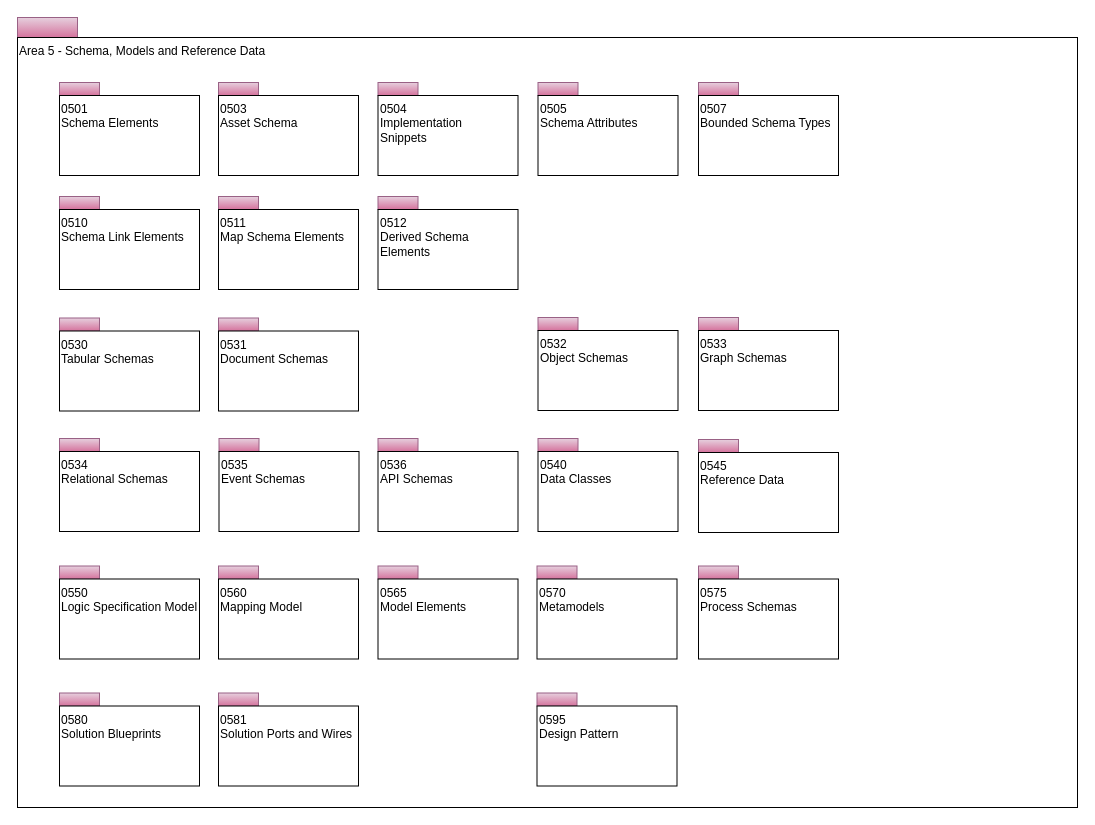
This is page "Overview" (1 of 25) of open-metadata-publication/website/open-metadata-types/area-5-models-and-schema.drawio from planetf1/egeria, a draw.io file, before an edit. Source tidied: cells renumbered, new cells numbered last; positions are measured from the earlier drawing's top-left corner, leaving out a move shared by most shapes. Both pictures are drawn from the tidied source at 100%, with x=0, y=0 at pixel (17, 17).
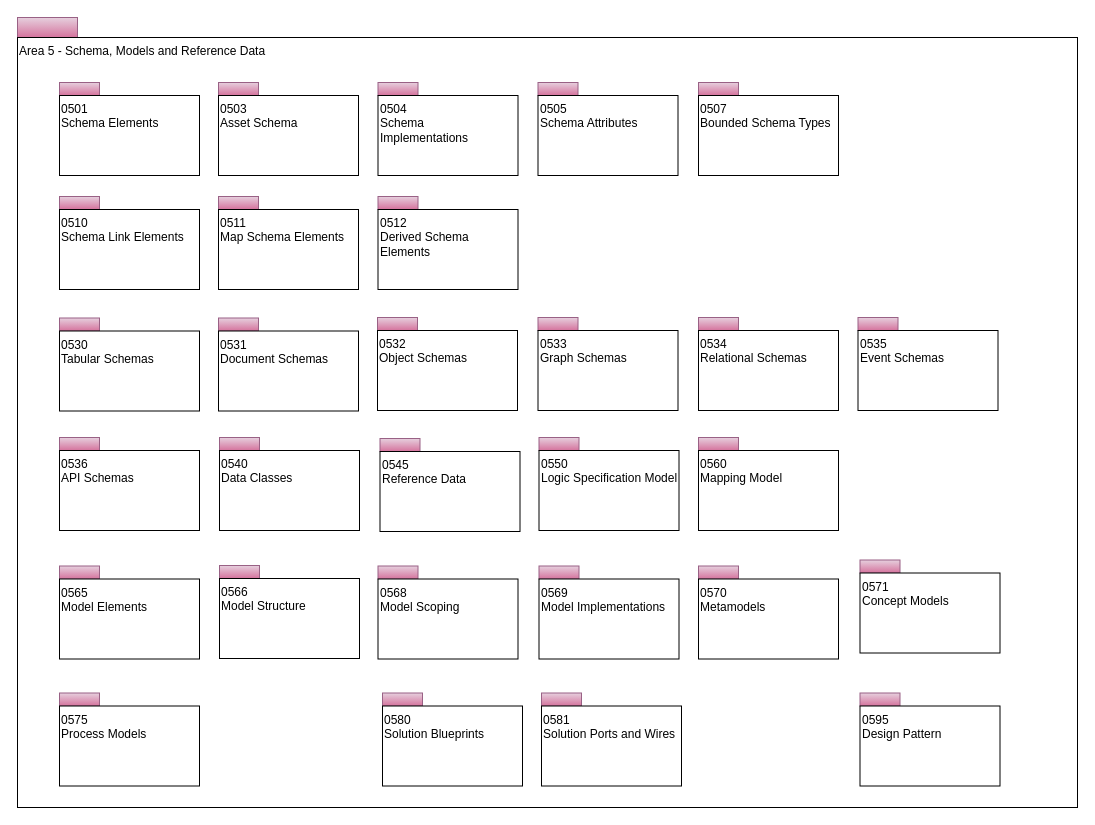
Above is the later version.

What changed in the source:
```diff
@@
-    <mxCell id="9" value="0504&lt;br&gt;Implementation&lt;br&gt;Snippets&lt;br&gt;" style="rounded=0;whiteSpace=wrap;html=1;align=left;verticalAlign=top;" parent="1" vertex="1">
+    <mxCell id="9" value="0504&lt;br&gt;Schema&lt;br&gt;Implementations" style="rounded=0;whiteSpace=wrap;html=1;align=left;verticalAlign=top;" parent="1" vertex="1">
       <mxGeometry x="360.5" y="78" width="140" height="80" as="geometry" />
     </mxCell>
@@
     <mxCell id="18" style="rounded=0;whiteSpace=wrap;html=1;align=left;fillColor=#e6d0de;strokeColor=#996185;gradientColor=#d5739d;" parent="1" vertex="1">
-      <mxGeometry x="42" y="421" width="40" height="13" as="geometry" />
+      <mxGeometry x="681" y="300" width="40" height="13" as="geometry" />
     </mxCell>
     <mxCell id="19" value="0534&lt;br&gt;Relational Schemas&lt;br&gt;" style="rounded=0;whiteSpace=wrap;html=1;align=left;verticalAlign=top;" parent="1" vertex="1">
-      <mxGeometry x="42" y="434" width="140" height="80" as="geometry" />
+      <mxGeometry x="681" y="313" width="140" height="80" as="geometry" />
     </mxCell>
     <mxCell id="20" style="rounded=0;whiteSpace=wrap;html=1;align=left;fillColor=#e6d0de;strokeColor=#996185;gradientColor=#d5739d;" parent="1" vertex="1">
-      <mxGeometry x="201.5" y="421" width="40" height="13" as="geometry" />
+      <mxGeometry x="840.5" y="300" width="40" height="13" as="geometry" />
     </mxCell>
     <mxCell id="21" value="0535&lt;br&gt;Event Schemas&lt;br&gt;" style="rounded=0;whiteSpace=wrap;html=1;align=left;verticalAlign=top;" parent="1" vertex="1">
-      <mxGeometry x="201.5" y="434" width="140" height="80" as="geometry" />
+      <mxGeometry x="840.5" y="313" width="140" height="80" as="geometry" />
     </mxCell>
     <mxCell id="22" style="rounded=0;whiteSpace=wrap;html=1;align=left;fillColor=#e6d0de;strokeColor=#996185;gradientColor=#d5739d;" parent="1" vertex="1">
-      <mxGeometry x="360.5" y="421" width="40" height="13" as="geometry" />
+      <mxGeometry x="42" y="420" width="40" height="13" as="geometry" />
     </mxCell>
     <mxCell id="23" value="0536&lt;br&gt;API Schemas&lt;br&gt;" style="rounded=0;whiteSpace=wrap;html=1;align=left;verticalAlign=top;" parent="1" vertex="1">
-      <mxGeometry x="360.5" y="434" width="140" height="80" as="geometry" />
+      <mxGeometry x="42" y="433" width="140" height="80" as="geometry" />
     </mxCell>
     <mxCell id="24" style="rounded=0;whiteSpace=wrap;html=1;align=left;fillColor=#e6d0de;strokeColor=#996185;gradientColor=#d5739d;" parent="1" vertex="1">
-      <mxGeometry x="520.5" y="421" width="40" height="13" as="geometry" />
+      <mxGeometry x="202" y="420" width="40" height="13" as="geometry" />
     </mxCell>
     <mxCell id="25" value="0540&lt;br&gt;Data Classes&lt;br&gt;" style="rounded=0;whiteSpace=wrap;html=1;align=left;verticalAlign=top;" parent="1" vertex="1">
-      <mxGeometry x="520.5" y="434" width="140" height="80" as="geometry" />
+      <mxGeometry x="202" y="433" width="140" height="80" as="geometry" />
     </mxCell>
     <mxCell id="26" style="rounded=0;whiteSpace=wrap;html=1;align=left;fillColor=#e6d0de;strokeColor=#996185;gradientColor=#d5739d;" parent="1" vertex="1">
-      <mxGeometry x="42" y="548.5" width="40" height="13" as="geometry" />
+      <mxGeometry x="521.5" y="420" width="40" height="13" as="geometry" />
     </mxCell>
     <mxCell id="27" value="0550&lt;br&gt;Logic Specification Model&lt;br&gt;" style="rounded=0;whiteSpace=wrap;html=1;align=left;verticalAlign=top;" parent="1" vertex="1">
-      <mxGeometry x="42" y="561.5" width="140" height="80" as="geometry" />
+      <mxGeometry x="521.5" y="433" width="140" height="80" as="geometry" />
     </mxCell>
     <mxCell id="28" style="rounded=0;whiteSpace=wrap;html=1;align=left;fillColor=#e6d0de;strokeColor=#996185;gradientColor=#d5739d;" parent="1" vertex="1">
-      <mxGeometry x="201" y="548.5" width="40" height="13" as="geometry" />
+      <mxGeometry x="681" y="420" width="40" height="13" as="geometry" />
     </mxCell>
     <mxCell id="29" value="0560&lt;br&gt;Mapping Model&lt;br&gt;" style="rounded=0;whiteSpace=wrap;html=1;align=left;verticalAlign=top;" parent="1" vertex="1">
-      <mxGeometry x="201" y="561.5" width="140" height="80" as="geometry" />
+      <mxGeometry x="681" y="433" width="140" height="80" as="geometry" />
     </mxCell>
     <mxCell id="30" style="rounded=0;whiteSpace=wrap;html=1;align=left;fillColor=#e6d0de;strokeColor=#996185;gradientColor=#d5739d;" parent="1" vertex="1">
-      <mxGeometry x="42" y="675.5" width="40" height="13" as="geometry" />
+      <mxGeometry x="365" y="675.5" width="40" height="13" as="geometry" />
     </mxCell>
     <mxCell id="31" value="0580&lt;br&gt;Solution Blueprints&lt;br&gt;" style="rounded=0;whiteSpace=wrap;html=1;align=left;verticalAlign=top;" parent="1" vertex="1">
-      <mxGeometry x="42" y="688.5" width="140" height="80" as="geometry" />
+      <mxGeometry x="365" y="688.5" width="140" height="80" as="geometry" />
     </mxCell>
     <mxCell id="32" style="rounded=0;whiteSpace=wrap;html=1;align=left;fillColor=#e6d0de;strokeColor=#996185;gradientColor=#d5739d;" parent="1" vertex="1">
-      <mxGeometry x="681" y="422" width="40" height="13" as="geometry" />
+      <mxGeometry x="362.5" y="421" width="40" height="13" as="geometry" />
     </mxCell>
     <mxCell id="33" value="0545&lt;br&gt;Reference Data&lt;br&gt;" style="rounded=0;whiteSpace=wrap;html=1;align=left;verticalAlign=top;" parent="1" vertex="1">
-      <mxGeometry x="681" y="435" width="140" height="80" as="geometry" />
+      <mxGeometry x="362.5" y="434" width="140" height="80" as="geometry" />
     </mxCell>
@@
     <mxCell id="40" style="rounded=0;whiteSpace=wrap;html=1;align=left;fillColor=#e6d0de;strokeColor=#996185;gradientColor=#d5739d;" parent="1" vertex="1">
-      <mxGeometry x="520.5" y="300" width="40" height="13" as="geometry" />
+      <mxGeometry x="360" y="300" width="40" height="13" as="geometry" />
     </mxCell>
     <mxCell id="41" value="0532&lt;br&gt;Object Schemas&lt;br&gt;" style="rounded=0;whiteSpace=wrap;html=1;align=left;verticalAlign=top;" parent="1" vertex="1">
-      <mxGeometry x="520.5" y="313" width="140" height="80" as="geometry" />
+      <mxGeometry x="360" y="313" width="140" height="80" as="geometry" />
     </mxCell>
     <mxCell id="42" style="rounded=0;whiteSpace=wrap;html=1;align=left;fillColor=#e6d0de;strokeColor=#996185;gradientColor=#d5739d;" parent="1" vertex="1">
-      <mxGeometry x="681" y="300" width="40" height="13" as="geometry" />
+      <mxGeometry x="520.5" y="300" width="40" height="13" as="geometry" />
     </mxCell>
     <mxCell id="43" value="0533&lt;br&gt;Graph Schemas&lt;br&gt;" style="rounded=0;whiteSpace=wrap;html=1;align=left;verticalAlign=top;" parent="1" vertex="1">
-      <mxGeometry x="681" y="313" width="140" height="80" as="geometry" />
+      <mxGeometry x="520.5" y="313" width="140" height="80" as="geometry" />
     </mxCell>
@@
-    <mxCell id="45" value="0565&lt;br&gt;Model Elements&lt;br&gt;" style="rounded=0;whiteSpace=wrap;html=1;align=left;verticalAlign=top;" parent="1" vertex="1">
+    <mxCell id="45" value="0568&lt;br&gt;Model Scoping" style="rounded=0;whiteSpace=wrap;html=1;align=left;verticalAlign=top;" parent="1" vertex="1">
       <mxGeometry x="360.5" y="561.5" width="140" height="80" as="geometry" />
     </mxCell>
     <mxCell id="46" style="rounded=0;whiteSpace=wrap;html=1;align=left;fillColor=#e6d0de;strokeColor=#996185;gradientColor=#d5739d;" parent="1" vertex="1">
-      <mxGeometry x="519.5" y="548.5" width="40" height="13" as="geometry" />
+      <mxGeometry x="681" y="548.5" width="40" height="13" as="geometry" />
     </mxCell>
     <mxCell id="47" value="0570&lt;br&gt;Metamodels&lt;br&gt;" style="rounded=0;whiteSpace=wrap;html=1;align=left;verticalAlign=top;" parent="1" vertex="1">
-      <mxGeometry x="519.5" y="561.5" width="140" height="80" as="geometry" />
+      <mxGeometry x="681" y="561.5" width="140" height="80" as="geometry" />
     </mxCell>
     <mxCell id="48" style="rounded=0;whiteSpace=wrap;html=1;align=left;fillColor=#e6d0de;strokeColor=#996185;gradientColor=#d5739d;" parent="1" vertex="1">
-      <mxGeometry x="681" y="548.5" width="40" height="13" as="geometry" />
+      <mxGeometry x="42" y="675.5" width="40" height="13" as="geometry" />
     </mxCell>
-    <mxCell id="49" value="0575&lt;br&gt;Process Schemas&lt;br&gt;" style="rounded=0;whiteSpace=wrap;html=1;align=left;verticalAlign=top;" parent="1" vertex="1">
-      <mxGeometry x="681" y="561.5" width="140" height="80" as="geometry" />
+    <mxCell id="49" value="0575&lt;br&gt;Process Models" style="rounded=0;whiteSpace=wrap;html=1;align=left;verticalAlign=top;" parent="1" vertex="1">
+      <mxGeometry x="42" y="688.5" width="140" height="80" as="geometry" />
     </mxCell>
     <mxCell id="50" style="rounded=0;whiteSpace=wrap;html=1;align=left;fillColor=#e6d0de;strokeColor=#996185;gradientColor=#d5739d;" parent="1" vertex="1">
-      <mxGeometry x="201" y="675.5" width="40" height="13" as="geometry" />
+      <mxGeometry x="524" y="675.5" width="40" height="13" as="geometry" />
     </mxCell>
     <mxCell id="51" value="0581&lt;br&gt;Solution Ports and Wires&lt;br&gt;" style="rounded=0;whiteSpace=wrap;html=1;align=left;verticalAlign=top;" parent="1" vertex="1">
-      <mxGeometry x="201" y="688.5" width="140" height="80" as="geometry" />
+      <mxGeometry x="524" y="688.5" width="140" height="80" as="geometry" />
     </mxCell>
     <mxCell id="52" style="rounded=0;whiteSpace=wrap;html=1;align=left;fillColor=#e6d0de;strokeColor=#996185;gradientColor=#d5739d;" parent="1" vertex="1">
-      <mxGeometry x="519.5" y="675.5" width="40" height="13" as="geometry" />
+      <mxGeometry x="842.5" y="675.5" width="40" height="13" as="geometry" />
     </mxCell>
     <mxCell id="53" value="0595&lt;br&gt;Design Pattern&lt;br&gt;" style="rounded=0;whiteSpace=wrap;html=1;align=left;verticalAlign=top;" parent="1" vertex="1">
-      <mxGeometry x="519.5" y="688.5" width="140" height="80" as="geometry" />
+      <mxGeometry x="842.5" y="688.5" width="140" height="80" as="geometry" />
     </mxCell>
+    <mxCell id="54" style="rounded=0;whiteSpace=wrap;html=1;align=left;fillColor=#e6d0de;strokeColor=#996185;gradientColor=#d5739d;" parent="1" vertex="1">
+      <mxGeometry x="42" y="548.5" width="40" height="13" as="geometry" />
+    </mxCell>
+    <mxCell id="55" value="0565&lt;br&gt;Model Elements&lt;br&gt;" style="rounded=0;whiteSpace=wrap;html=1;align=left;verticalAlign=top;" parent="1" vertex="1">
+      <mxGeometry x="42" y="561.5" width="140" height="80" as="geometry" />
+    </mxCell>
+    <mxCell id="56" style="rounded=0;whiteSpace=wrap;html=1;align=left;fillColor=#e6d0de;strokeColor=#996185;gradientColor=#d5739d;" parent="1" vertex="1">
+      <mxGeometry x="202" y="548" width="40" height="13" as="geometry" />
+    </mxCell>
+    <mxCell id="57" value="0566&lt;br&gt;Model Structure" style="rounded=0;whiteSpace=wrap;html=1;align=left;verticalAlign=top;" parent="1" vertex="1">
+      <mxGeometry x="202" y="561" width="140" height="80" as="geometry" />
+    </mxCell>
+    <mxCell id="58" style="rounded=0;whiteSpace=wrap;html=1;align=left;fillColor=#e6d0de;strokeColor=#996185;gradientColor=#d5739d;" parent="1" vertex="1">
+      <mxGeometry x="521.5" y="548.5" width="40" height="13" as="geometry" />
+    </mxCell>
+    <mxCell id="59" value="0569&lt;br&gt;Model Implementations" style="rounded=0;whiteSpace=wrap;html=1;align=left;verticalAlign=top;" parent="1" vertex="1">
+      <mxGeometry x="521.5" y="561.5" width="140" height="80" as="geometry" />
+    </mxCell>
+    <mxCell id="60" style="rounded=0;whiteSpace=wrap;html=1;align=left;fillColor=#e6d0de;strokeColor=#996185;gradientColor=#d5739d;" parent="1" vertex="1">
+      <mxGeometry x="842.5" y="542.5" width="40" height="13" as="geometry" />
+    </mxCell>
+    <mxCell id="61" value="0571&lt;br&gt;Concept Models" style="rounded=0;whiteSpace=wrap;html=1;align=left;verticalAlign=top;" parent="1" vertex="1">
+      <mxGeometry x="842.5" y="555.5" width="140" height="80" as="geometry" />
+    </mxCell>
```
